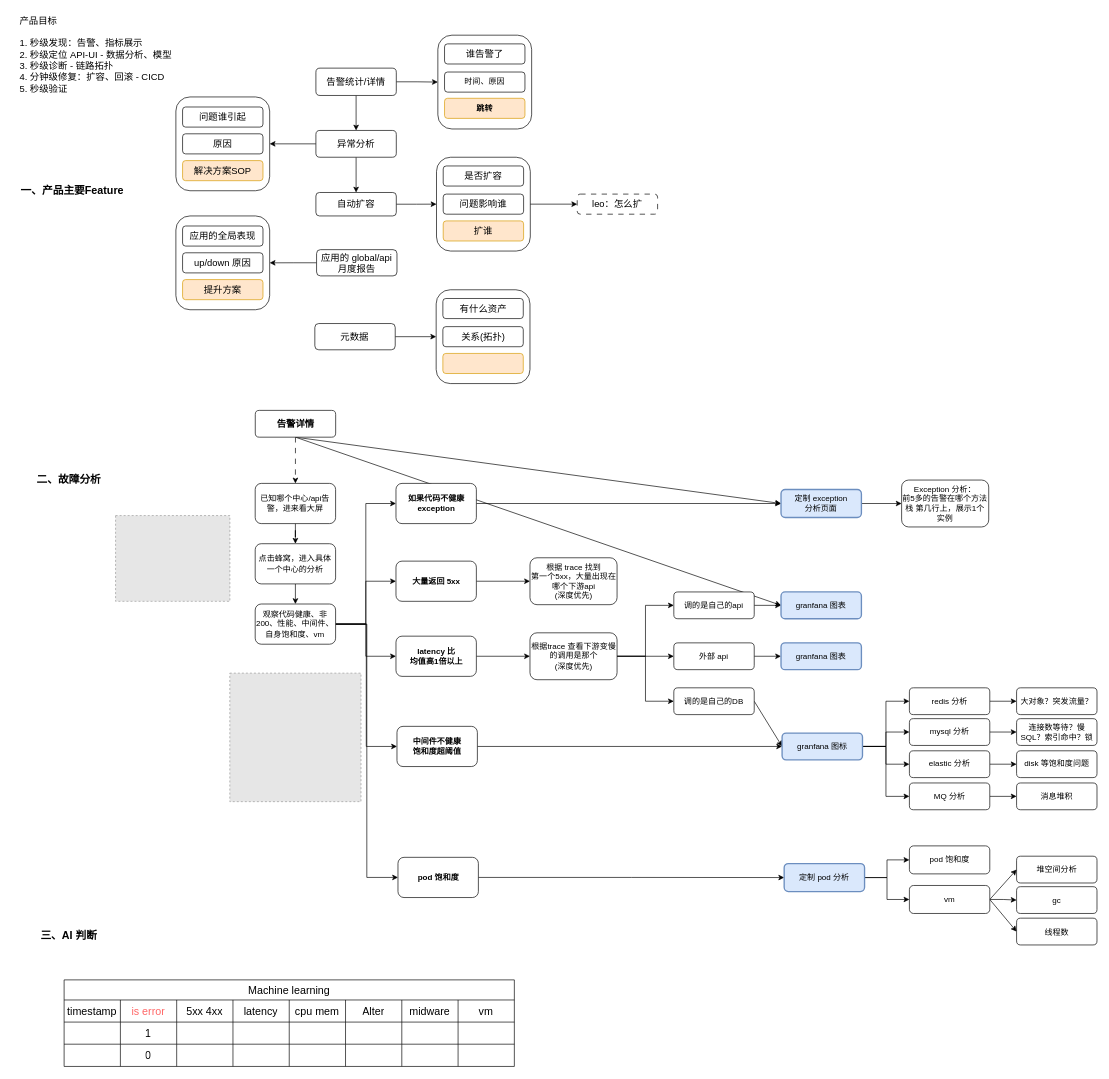
Above: page "feature 分析" (6 of 6) of 数据采集架构图.drawio in Allen9797/WorkZone (draw.io), before the change. Source tidied: cells renumbered, new cells numbered last; positions are measured from the earlier drawing's top-left corner, leaving out a move shared by most shapes. Both pictures are drawn from the tidied source at 67%, with x=0, y=0 at pixel (11, 11). Pictures stored in the file or linked from it are replaced by grey dashed boxes.
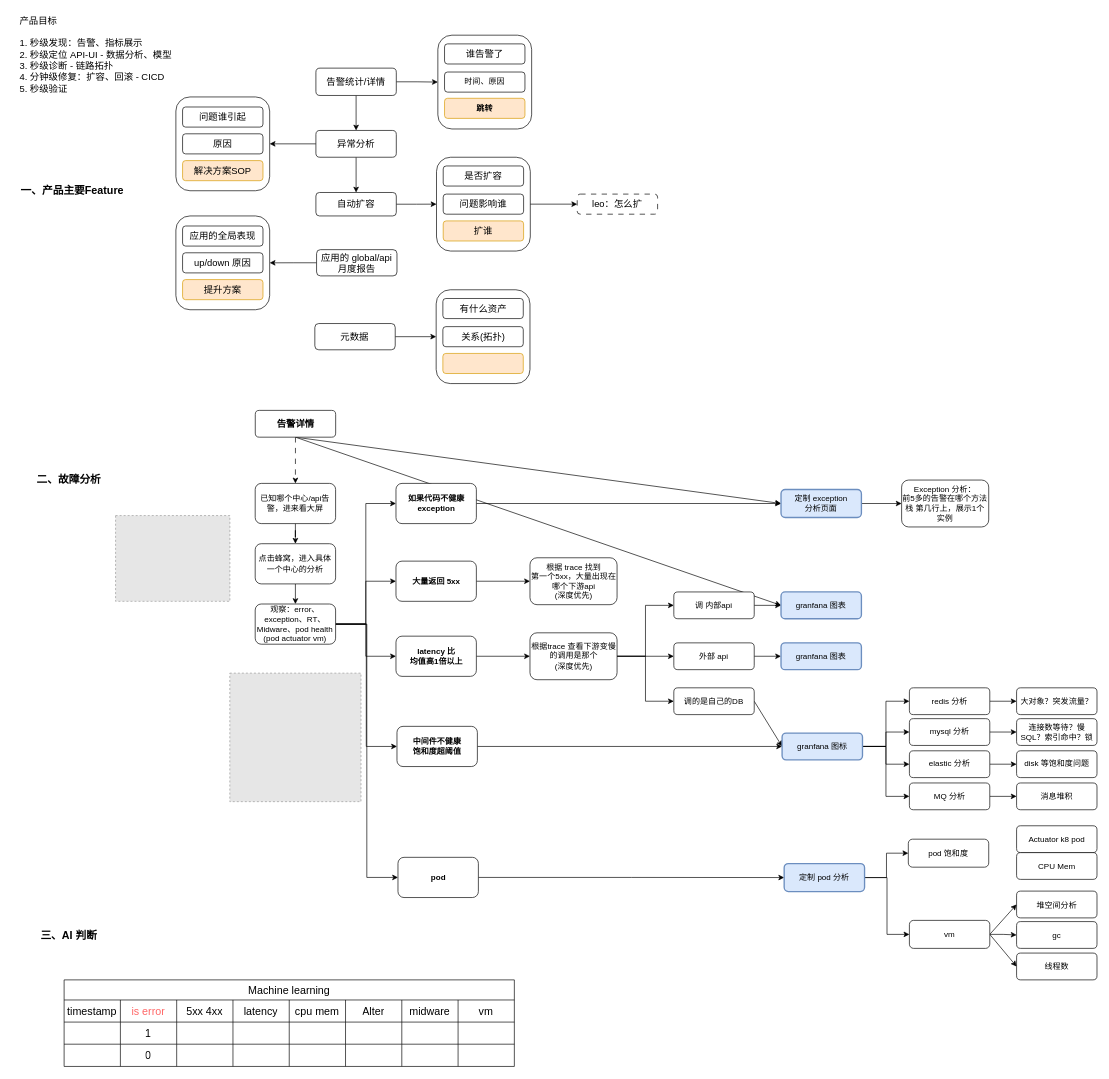
The same page after the edit.

The edit, as a diff of the source:
```diff
@@
-    <mxCell id="18" value="&lt;font style=&quot;font-size: 12px;&quot;&gt;观察代码健康、非200、性能、&lt;span style=&quot;border-color: var(--border-color);&quot;&gt;中间件、&lt;/span&gt;自身饱和度、vm&lt;/font&gt;" style="rounded=1;whiteSpace=wrap;html=1;" parent="1" vertex="1">
+    <mxCell id="18" value="&lt;font style=&quot;font-size: 12px;&quot;&gt;观察：error、exception、RT、Midware&lt;span style=&quot;border-color: var(--border-color);&quot;&gt;、pod health (pod actuator vm)&lt;/span&gt;&lt;/font&gt;" style="rounded=1;whiteSpace=wrap;html=1;" parent="1" vertex="1">
       <mxGeometry x="363.4" y="885" width="120" height="60" as="geometry" />
     </mxCell>
@@
-    <mxCell id="32" value="&lt;span style=&quot;font-size: 12px;&quot;&gt;pod 饱和度&lt;br style=&quot;font-size: 12px;&quot;&gt;&lt;/span&gt;" style="rounded=1;whiteSpace=wrap;html=1;fontStyle=1;fontSize=12;" parent="1" vertex="1">
+    <mxCell id="32" value="&lt;span style=&quot;font-size: 12px;&quot;&gt;pod&lt;br style=&quot;font-size: 12px;&quot;&gt;&lt;/span&gt;" style="rounded=1;whiteSpace=wrap;html=1;fontStyle=1;fontSize=12;" parent="1" vertex="1">
       <mxGeometry x="576.5" y="1263.1" width="120" height="60" as="geometry" />
     </mxCell>
@@
     <mxCell id="38" value="堆空间分析&lt;span style=&quot;font-size: 14px;&quot;&gt;&lt;br&gt;&lt;/span&gt;" style="rounded=1;whiteSpace=wrap;html=1;" parent="1" vertex="1">
-      <mxGeometry x="1499.8" y="1261.4" width="120" height="40" as="geometry" />
+      <mxGeometry x="1499.8" y="1313.5" width="120" height="40" as="geometry" />
     </mxCell>
     <mxCell id="39" value="gc&lt;span style=&quot;font-size: 14px;&quot;&gt;&lt;br&gt;&lt;/span&gt;" style="rounded=1;whiteSpace=wrap;html=1;" parent="1" vertex="1">
-      <mxGeometry x="1499.8" y="1306.9" width="120" height="40" as="geometry" />
+      <mxGeometry x="1499.8" y="1359" width="120" height="40" as="geometry" />
     </mxCell>
     <mxCell id="40" value="线程数&lt;span style=&quot;font-size: 14px;&quot;&gt;&lt;br&gt;&lt;/span&gt;" style="rounded=1;whiteSpace=wrap;html=1;" parent="1" vertex="1">
-      <mxGeometry x="1499.8" y="1353.9" width="120" height="40" as="geometry" />
+      <mxGeometry x="1499.8" y="1406" width="120" height="40" as="geometry" />
     </mxCell>
@@
-    <mxCell id="50" value="&lt;font style=&quot;font-size: 12px;&quot;&gt;调的是自己的api&lt;/font&gt;" style="rounded=1;whiteSpace=wrap;html=1;" parent="1" vertex="1">
+    <mxCell id="50" value="&lt;font style=&quot;font-size: 12px;&quot;&gt;调 内部api&lt;/font&gt;" style="rounded=1;whiteSpace=wrap;html=1;" parent="1" vertex="1">
       <mxGeometry x="988.2" y="867" width="120" height="40" as="geometry" />
     </mxCell>
@@
     <mxCell id="112" value="vm&lt;span style=&quot;font-size: 12px;&quot;&gt;&lt;br style=&quot;font-size: 12px;&quot;&gt;&lt;/span&gt;" style="rounded=1;whiteSpace=wrap;html=1;fontStyle=0;fontSize=12;strokeWidth=1;" parent="1" vertex="1">
-      <mxGeometry x="1339.8" y="1305.1" width="120" height="41.8" as="geometry" />
+      <mxGeometry x="1339.8" y="1357.2" width="120" height="41.8" as="geometry" />
     </mxCell>
@@
     <mxCell id="130" value="&lt;span style=&quot;font-size: 12px;&quot;&gt;pod 饱和度&lt;br style=&quot;font-size: 12px;&quot;&gt;&lt;/span&gt;" style="rounded=1;whiteSpace=wrap;html=1;fontStyle=0;fontSize=12;strokeWidth=1;" parent="1" vertex="1">
-      <mxGeometry x="1339.8" y="1246" width="120" height="41.8" as="geometry" />
+      <mxGeometry x="1338.2" y="1236" width="120" height="41.8" as="geometry" />
     </mxCell>
@@
+    <mxCell id="138" value="CPU Mem&lt;span style=&quot;font-size: 14px;&quot;&gt;&lt;br&gt;&lt;/span&gt;" style="rounded=1;whiteSpace=wrap;html=1;" parent="1" vertex="1">
+      <mxGeometry x="1499.8" y="1256" width="120" height="40" as="geometry" />
+    </mxCell>
+    <mxCell id="139" value="Actuator k8 pod&lt;span style=&quot;font-size: 14px;&quot;&gt;&lt;br&gt;&lt;/span&gt;" style="rounded=1;whiteSpace=wrap;html=1;" parent="1" vertex="1">
+      <mxGeometry x="1499.8" y="1216" width="120" height="40" as="geometry" />
+    </mxCell>
```
